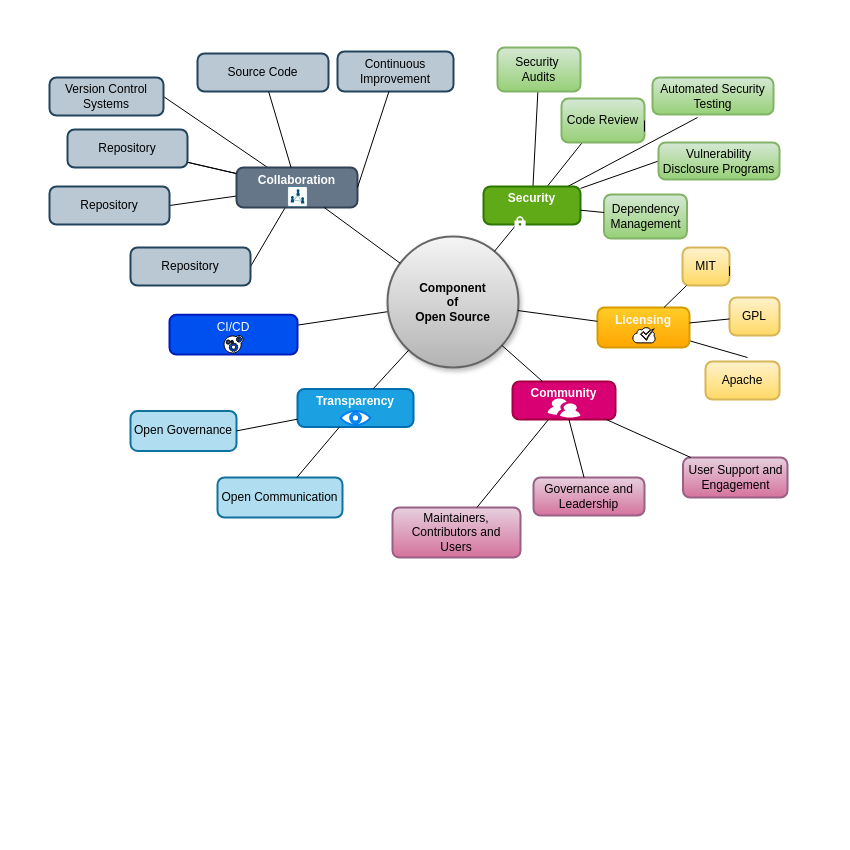
Above: Untitled Diagram.drawio in nkemregina/Open-Source-OSPO-Diagrams (draw.io), before the change. Source tidied: cells renumbered, new cells numbered last; positions are measured from the earlier drawing's top-left corner, leaving out a move shared by most shapes. Both pictures are drawn from the tidied source at 100%, with x=0, y=0 at pixel (49, 47).
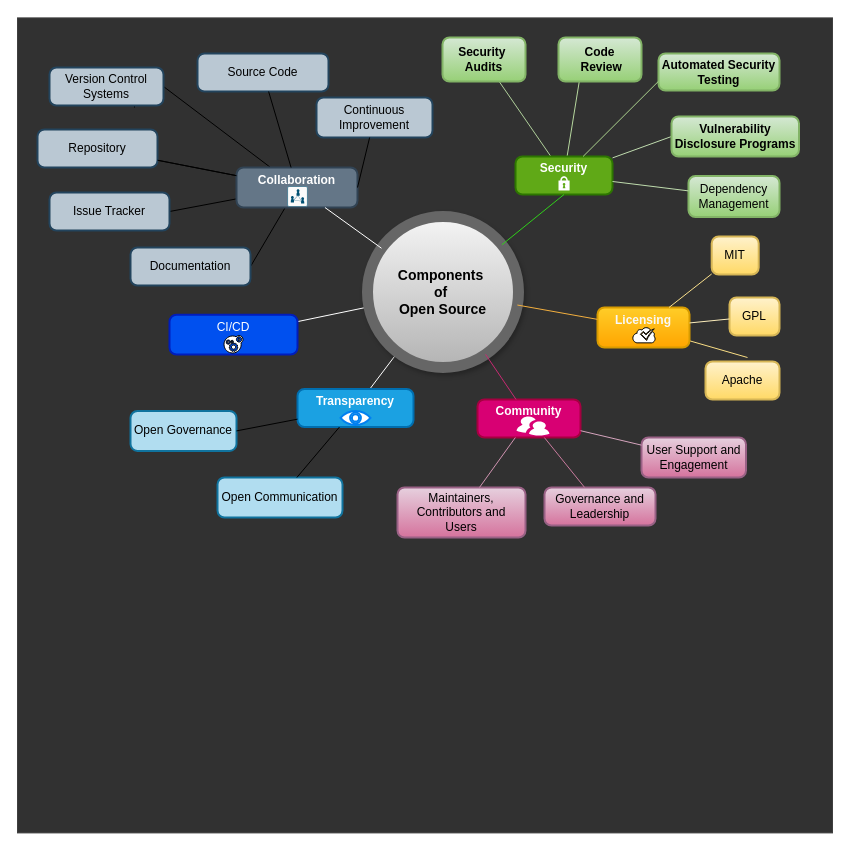
The same diagram, later.

Unchanged cells that the change refers to:
```xml
<mxCell id="5" value="Licensing&#10;" style="rounded=1;absoluteArcSize=1;arcSize=14;whiteSpace=wrap;strokeWidth=2;fillColor=#ffcd28;strokeColor=#d79b00;labelBorderColor=none;gradientColor=#ffa500;fontColor=#f8f8f8;fontStyle=1;" parent="1" vertex="1">
  <mxGeometry x="548" y="260" width="92" height="40" as="geometry" />
</mxCell>
<mxCell id="6" value="GPL" style="rounded=1;absoluteArcSize=1;arcSize=14;whiteSpace=wrap;strokeWidth=2;fillColor=#fff2cc;strokeColor=#d6b656;gradientColor=#ffd966;" parent="1" vertex="1">
  <mxGeometry x="680" y="250" width="50" height="38" as="geometry" />
</mxCell>
<mxCell id="13" value="Transparency&#10;" style="rounded=1;absoluteArcSize=1;arcSize=14;whiteSpace=wrap;strokeWidth=2;fillColor=#1ba1e2;fontColor=#ffffff;strokeColor=#006EAF;fontStyle=1;" parent="1" vertex="1">
  <mxGeometry x="248" y="341.5" width="116" height="38" as="geometry" />
</mxCell>
<mxCell id="20" value="Collaboration&#10;" style="rounded=1;absoluteArcSize=1;arcSize=14;whiteSpace=wrap;strokeWidth=2;fillColor=#647687;fontColor=#ffffff;strokeColor=#314354;fontStyle=1;" parent="1" vertex="1">
  <mxGeometry x="187" y="120" width="121" height="40" as="geometry" />
</mxCell>
<mxCell id="60" value="CI/CD&#10;" style="rounded=1;absoluteArcSize=1;arcSize=14;whiteSpace=wrap;strokeWidth=2;fillColor=#0050ef;fontColor=#ffffff;strokeColor=#001DBC;" parent="1" vertex="1">
  <mxGeometry x="120" y="267.2" width="128" height="39.9" as="geometry" />
</mxCell>
```

Change to the diagram source:
```diff
@@
+    <mxCell id="65" style="whiteSpace=wrap;html=1;fontFamily=Helvetica;fontSize=11;fontColor=default;labelBackgroundColor=default;strokeColor=#3f3f3f;fillColor=#313131;fontStyle=1;" parent="1" vertex="1">
+      <mxGeometry x="-32" y="-29.6" width="815" height="815" as="geometry" />
+    </mxCell>
-    <mxCell id="2" style="edgeStyle=none;shape=connector;rounded=1;jettySize=auto;html=1;strokeColor=default;align=center;verticalAlign=middle;fontFamily=Helvetica;fontSize=11;fontColor=default;labelBackgroundColor=default;endArrow=none;flowAnimation=1;" parent="1" edge="1" source="3" target="60">
+    <mxCell id="2" style="edgeStyle=none;shape=connector;rounded=1;jettySize=auto;html=1;strokeColor=#FFFFFF;align=center;verticalAlign=middle;fontFamily=Helvetica;fontSize=11;fontColor=default;labelBackgroundColor=default;endArrow=none;flowAnimation=1;" parent="1" edge="1" source="3" target="60">
       <mxGeometry relative="1" as="geometry" />
     </mxCell>
+    <mxCell id="34" style="edgeStyle=none;shape=connector;rounded=1;jettySize=auto;html=1;strokeColor=#FFFFFF;align=center;verticalAlign=middle;fontFamily=Helvetica;fontSize=11;fontColor=default;labelBackgroundColor=default;endArrow=none;flowAnimation=1;" parent="1" edge="1" source="3" target="13">
+      <mxGeometry relative="1" as="geometry" />
+    </mxCell>
-    <mxCell id="3" value="Component&#10; of &#10;Open Source" style="ellipse;strokeWidth=2;whiteSpace=wrap;fontStyle=1;fillColor=#f5f5f5;shadow=1;strokeColor=#666666;gradientColor=#b3b3b3;" parent="1" vertex="1">
-      <mxGeometry x="338" y="189" width="131" height="131" as="geometry" />
+    <mxCell id="3" value="Components&amp;nbsp;&lt;br&gt;of&amp;nbsp;&lt;br&gt;Open Source" style="ellipse;strokeWidth=11;whiteSpace=wrap;fontStyle=1;fillColor=#f5f5f5;shadow=1;strokeColor=#666666;gradientColor=#b3b3b3;fontSize=14;labelBorderColor=none;html=1;" parent="1" vertex="1">
+      <mxGeometry x="318" y="169" width="151" height="151" as="geometry" />
     </mxCell>
-    <mxCell id="4" style="edgeStyle=none;shape=connector;rounded=1;jettySize=auto;html=1;strokeColor=default;align=center;verticalAlign=middle;fontFamily=Helvetica;fontSize=11;fontColor=default;labelBackgroundColor=default;endArrow=none;flowAnimation=1;" parent="1" edge="1" source="5">
+    <mxCell id="4" style="edgeStyle=none;shape=connector;rounded=1;jettySize=auto;html=1;strokeColor=#f9dd84;align=center;verticalAlign=middle;fontFamily=Helvetica;fontSize=11;fontColor=default;labelBackgroundColor=default;endArrow=none;flowAnimation=1;" parent="1" edge="1" source="5">
       <mxGeometry relative="1" as="geometry">
         <mxPoint x="698" y="310" as="targetPoint" />
       </mxGeometry>
     </mxCell>
@@
     <mxCell id="7" value="MIT" style="rounded=1;absoluteArcSize=1;arcSize=14;whiteSpace=wrap;strokeWidth=2;fillColor=#fff2cc;strokeColor=#d6b656;gradientColor=#ffd966;" parent="1" vertex="1">
-      <mxGeometry x="633" y="200" width="47" height="38" as="geometry" />
+      <mxGeometry x="662.2" y="189" width="47" height="38" as="geometry" />
     </mxCell>
@@
     <mxCell id="9" value="Community&#10;" style="rounded=1;absoluteArcSize=1;arcSize=14;whiteSpace=wrap;strokeWidth=2;fillColor=#d80073;fontColor=#ffffff;strokeColor=#A50040;fontStyle=1;" parent="1" vertex="1">
-      <mxGeometry x="463" y="334" width="103" height="38" as="geometry" />
+      <mxGeometry x="428" y="352" width="103" height="38" as="geometry" />
     </mxCell>
     <mxCell id="10" value="Governance and Leadership" style="rounded=1;absoluteArcSize=1;arcSize=14;whiteSpace=wrap;strokeWidth=2;fillColor=#e6d0de;gradientColor=#d5739d;strokeColor=#996185;" parent="1" vertex="1">
-      <mxGeometry x="484" y="430" width="111" height="38" as="geometry" />
+      <mxGeometry x="495" y="440" width="111" height="38" as="geometry" />
     </mxCell>
     <mxCell id="11" value="User Support and Engagement" style="rounded=1;absoluteArcSize=1;arcSize=14;whiteSpace=wrap;strokeWidth=2;fillColor=#e6d0de;gradientColor=#d5739d;strokeColor=#996185;" parent="1" vertex="1">
-      <mxGeometry x="633.5" y="410" width="104.5" height="40" as="geometry" />
+      <mxGeometry x="592" y="390" width="104.5" height="40" as="geometry" />
     </mxCell>
     <mxCell id="12" value="Maintainers, Contributors and &#10;Users" style="rounded=1;absoluteArcSize=1;arcSize=14;whiteSpace=wrap;strokeWidth=2;fillColor=#e6d0de;strokeColor=#996185;gradientColor=#d5739d;" parent="1" vertex="1">
-      <mxGeometry x="343" y="460" width="128" height="50" as="geometry" />
+      <mxGeometry x="348" y="440" width="128" height="50" as="geometry" />
     </mxCell>
@@
     <mxCell id="22" value="Version Control Systems" style="rounded=1;absoluteArcSize=1;arcSize=14;whiteSpace=wrap;strokeWidth=2;fillColor=#bac8d3;strokeColor=#23445d;" parent="1" vertex="1">
-      <mxGeometry y="30" width="114" height="38" as="geometry" />
+      <mxGeometry y="20" width="114" height="38" as="geometry" />
     </mxCell>
@@
     <mxCell id="24" value="Repository" style="rounded=1;absoluteArcSize=1;arcSize=14;whiteSpace=wrap;strokeWidth=2;fillColor=#bac8d3;strokeColor=#23445d;" parent="1" vertex="1">
-      <mxGeometry x="18" y="82" width="120" height="38" as="geometry" />
+      <mxGeometry x="-12" y="82" width="120" height="38" as="geometry" />
     </mxCell>
-    <mxCell id="25" style="edgeStyle=none;shape=connector;rounded=1;jettySize=auto;html=1;strokeColor=default;align=center;verticalAlign=middle;fontFamily=Helvetica;fontSize=11;fontColor=default;labelBackgroundColor=default;endArrow=none;flowAnimation=1;" parent="1" edge="1" source="29" target="48">
+    <mxCell id="25" style="edgeStyle=none;shape=connector;rounded=1;jettySize=auto;html=1;strokeColor=#afcf9a;align=center;verticalAlign=middle;fontFamily=Helvetica;fontSize=11;fontColor=default;labelBackgroundColor=default;endArrow=none;flowAnimation=1;" parent="1" edge="1" source="29" target="48">
       <mxGeometry relative="1" as="geometry" />
     </mxCell>
-    <mxCell id="26" style="edgeStyle=none;shape=connector;rounded=1;jettySize=auto;html=1;entryX=0.25;entryY=1;entryDx=0;entryDy=0;strokeColor=default;align=center;verticalAlign=middle;fontFamily=Helvetica;fontSize=11;fontColor=default;labelBackgroundColor=default;endArrow=none;flowAnimation=1;" parent="1" edge="1" source="29" target="49">
+    <mxCell id="26" style="edgeStyle=none;shape=connector;rounded=1;jettySize=auto;html=1;entryX=0.25;entryY=1;entryDx=0;entryDy=0;strokeColor=#b6d79e;align=center;verticalAlign=middle;fontFamily=Helvetica;fontSize=11;fontColor=default;labelBackgroundColor=default;endArrow=none;flowAnimation=1;" parent="1" edge="1" source="29" target="49">
       <mxGeometry relative="1" as="geometry" />
     </mxCell>
-    <mxCell id="27" style="edgeStyle=none;shape=connector;rounded=1;jettySize=auto;html=1;entryX=0;entryY=0.5;entryDx=0;entryDy=0;strokeColor=default;align=center;verticalAlign=middle;fontFamily=Helvetica;fontSize=11;fontColor=default;labelBackgroundColor=default;endArrow=none;flowAnimation=1;" parent="1" edge="1" source="29" target="51">
+    <mxCell id="27" style="edgeStyle=none;shape=connector;rounded=1;jettySize=auto;html=1;entryX=0;entryY=0.5;entryDx=0;entryDy=0;strokeColor=#c0dcaf;align=center;verticalAlign=middle;fontFamily=Helvetica;fontSize=11;fontColor=default;labelBackgroundColor=default;endArrow=none;flowAnimation=1;" parent="1" edge="1" source="29" target="51">
       <mxGeometry relative="1" as="geometry" />
     </mxCell>
-    <mxCell id="28" style="edgeStyle=none;shape=connector;rounded=1;jettySize=auto;html=1;strokeColor=default;align=center;verticalAlign=middle;fontFamily=Helvetica;fontSize=11;fontColor=default;labelBackgroundColor=default;endArrow=none;flowAnimation=1;" parent="1" edge="1" source="29">
-      <mxGeometry relative="1" as="geometry">
-        <mxPoint x="648" y="70" as="targetPoint" />
-      </mxGeometry>
-    </mxCell>
     <mxCell id="29" value="Security&#10;" style="rounded=1;absoluteArcSize=1;arcSize=14;whiteSpace=wrap;strokeWidth=2;fontStyle=1;fillColor=#60a917;strokeColor=#2D7600;fontColor=#ffffff;" parent="1" vertex="1">
-      <mxGeometry x="434" y="139" width="97" height="38" as="geometry" />
+      <mxGeometry x="466" y="109" width="97" height="38" as="geometry" />
     </mxCell>
     <mxCell id="30" value="Continuous Improvement" style="rounded=1;absoluteArcSize=1;arcSize=14;whiteSpace=wrap;strokeWidth=2;fillColor=#bac8d3;strokeColor=#23445d;" parent="1" vertex="1">
-      <mxGeometry x="288" y="4" width="116" height="40" as="geometry" />
+      <mxGeometry x="267" y="50" width="116" height="40" as="geometry" />
     </mxCell>
     <mxCell id="31" value="Dependency Management" style="rounded=1;absoluteArcSize=1;arcSize=14;whiteSpace=wrap;strokeWidth=2;fillColor=#d5e8d4;strokeColor=#82b366;gradientColor=#97d077;" parent="1" vertex="1">
-      <mxGeometry x="554.5" y="147" width="83" height="44" as="geometry" />
+      <mxGeometry x="639" y="128.5" width="91" height="41" as="geometry" />
     </mxCell>
-    <mxCell id="32" style="endArrow=none;flowAnimation=1;" parent="1" edge="1" source="3" target="5">
+    <mxCell id="32" style="endArrow=none;flowAnimation=1;rounded=1;align=center;verticalAlign=middle;fontFamily=Helvetica;fontSize=11;fontColor=default;labelBackgroundColor=default;strokeColor=#f3af3e;" parent="1" edge="1" source="3" target="5">
       <mxGeometry relative="1" as="geometry" />
     </mxCell>
-    <mxCell id="33" style="endArrow=none;flowAnimation=1;fontStyle=1;" parent="1" edge="1" source="3" target="9">
+    <mxCell id="33" style="endArrow=none;flowAnimation=1;fontStyle=1;strokeColor=#c62a72;" parent="1" edge="1" source="3" target="9">
       <mxGeometry relative="1" as="geometry" />
     </mxCell>
-    <mxCell id="34" style="endArrow=none;rounded=1;strokeColor=default;align=center;verticalAlign=middle;fontFamily=Helvetica;fontSize=11;fontColor=default;labelBackgroundColor=default;flowAnimation=1;" parent="1" edge="1" source="3" target="13">
-      <mxGeometry relative="1" as="geometry" />
-    </mxCell>
-    <mxCell id="35" style="endArrow=none;flowAnimation=1;" parent="1" edge="1" source="3" target="20">
+    <mxCell id="35" style="endArrow=none;flowAnimation=1;strokeColor=#FFFFFF;" parent="1" edge="1" source="3" target="20">
       <mxGeometry relative="1" as="geometry" />
     </mxCell>
-    <mxCell id="36" style="endArrow=none;rounded=1;strokeColor=default;align=center;verticalAlign=middle;fontFamily=Helvetica;fontSize=11;fontColor=default;labelBackgroundColor=default;flowAnimation=1;" parent="1" edge="1" source="3" target="29">
+    <mxCell id="36" style="endArrow=none;rounded=1;strokeColor=#30d01a;align=center;verticalAlign=middle;fontFamily=Helvetica;fontSize=11;fontColor=default;labelBackgroundColor=default;flowAnimation=1;entryX=0.5;entryY=1;entryDx=0;entryDy=0;" parent="1" edge="1" source="3" target="29">
       <mxGeometry relative="1" as="geometry" />
     </mxCell>
-    <mxCell id="37" style="endArrow=none;rounded=1;strokeColor=default;align=center;verticalAlign=middle;fontFamily=Helvetica;fontSize=11;fontColor=default;labelBackgroundColor=default;flowAnimation=1;" parent="1" edge="1" source="5" target="6">
+    <mxCell id="37" style="endArrow=none;rounded=1;strokeColor=#fcedbb;align=center;verticalAlign=middle;fontFamily=Helvetica;fontSize=11;fontColor=default;labelBackgroundColor=default;flowAnimation=1;" parent="1" edge="1" source="5" target="6">
       <mxGeometry relative="1" as="geometry" />
     </mxCell>
-    <mxCell id="38" style="endArrow=none;rounded=1;strokeColor=default;align=center;verticalAlign=middle;fontFamily=Helvetica;fontSize=11;fontColor=default;labelBackgroundColor=default;flowAnimation=1;" parent="1" edge="1" source="5" target="7">
+    <mxCell id="38" style="endArrow=none;rounded=1;strokeColor=#fae08c;align=center;verticalAlign=middle;fontFamily=Helvetica;fontSize=11;fontColor=default;labelBackgroundColor=default;flowAnimation=1;" parent="1" edge="1" source="5" target="7">
       <mxGeometry relative="1" as="geometry" />
     </mxCell>
-    <mxCell id="39" style="endArrow=none;flowAnimation=1;" parent="1" edge="1" source="9" target="10">
+    <mxCell id="39" style="endArrow=none;flowAnimation=1;strokeColor=#c97b9e;" parent="1" edge="1" source="9" target="10">
       <mxGeometry relative="1" as="geometry" />
     </mxCell>
-    <mxCell id="40" style="endArrow=none;flowAnimation=1;" parent="1" edge="1" source="9" target="11">
+    <mxCell id="40" style="endArrow=none;flowAnimation=1;strokeColor=#d5a4bd;" parent="1" edge="1" source="9" target="11">
       <mxGeometry relative="1" as="geometry" />
     </mxCell>
-    <mxCell id="41" style="endArrow=none;flowAnimation=1;" parent="1" edge="1" source="9" target="12">
+    <mxCell id="41" style="endArrow=none;flowAnimation=1;strokeColor=#cf93b0;" parent="1" edge="1" source="9" target="12">
       <mxGeometry relative="1" as="geometry" />
     </mxCell>
@@
-    <mxCell id="47" style="endArrow=none;rounded=1;strokeColor=default;align=center;verticalAlign=middle;fontFamily=Helvetica;fontSize=11;fontColor=default;labelBackgroundColor=default;flowAnimation=1;" parent="1" edge="1" source="29" target="31">
+    <mxCell id="47" style="endArrow=none;rounded=1;strokeColor=#bfdcad;align=center;verticalAlign=middle;fontFamily=Helvetica;fontSize=11;fontColor=default;labelBackgroundColor=default;flowAnimation=1;" parent="1" edge="1" source="29" target="31">
       <mxGeometry relative="1" as="geometry" />
     </mxCell>
-    <mxCell id="48" value="Security &#10;Audits" style="rounded=1;absoluteArcSize=1;arcSize=14;whiteSpace=wrap;strokeWidth=2;fillColor=#d5e8d4;strokeColor=#82b366;gradientColor=#97d077;" parent="1" vertex="1">
-      <mxGeometry x="448" width="83" height="44" as="geometry" />
+    <mxCell id="48" value="Security &#10;Audits" style="rounded=1;absoluteArcSize=1;arcSize=14;whiteSpace=wrap;strokeWidth=2;fillColor=#d5e8d4;strokeColor=#82b366;gradientColor=#97d077;fontStyle=1;" parent="1" vertex="1">
+      <mxGeometry x="393" y="-10" width="83" height="44" as="geometry" />
     </mxCell>
-    <mxCell id="49" value="Code Review" style="rounded=1;absoluteArcSize=1;arcSize=14;whiteSpace=wrap;strokeWidth=2;fillColor=#d5e8d4;strokeColor=#82b366;gradientColor=#97d077;" parent="1" vertex="1">
-      <mxGeometry x="512" y="51" width="83" height="44" as="geometry" />
+    <mxCell id="49" value="Code&#10; Review" style="rounded=1;absoluteArcSize=1;arcSize=14;whiteSpace=wrap;strokeWidth=2;fillColor=#d5e8d4;strokeColor=#82b366;gradientColor=#97d077;fontStyle=1;" parent="1" vertex="1">
+      <mxGeometry x="509" y="-10" width="83" height="44" as="geometry" />
     </mxCell>
-    <mxCell id="50" style="edgeStyle=none;shape=connector;rounded=1;orthogonalLoop=1;jettySize=auto;html=1;exitX=1;exitY=0.5;exitDx=0;exitDy=0;entryX=1;entryY=0.75;entryDx=0;entryDy=0;strokeColor=default;align=center;verticalAlign=middle;fontFamily=Helvetica;fontSize=11;fontColor=default;labelBackgroundColor=default;endArrow=none;flowAnimation=1;" parent="1" edge="1" source="49" target="49">
-      <mxGeometry relative="1" as="geometry" />
-    </mxCell>
-    <mxCell id="51" value="Vulnerability Disclosure Programs" style="rounded=1;absoluteArcSize=1;arcSize=14;whiteSpace=wrap;strokeWidth=2;fillColor=#d5e8d4;strokeColor=#82b366;gradientColor=#97d077;" parent="1" vertex="1">
-      <mxGeometry x="609" y="95" width="121" height="37" as="geometry" />
+    <mxCell id="51" value="Vulnerability Disclosure Programs" style="rounded=1;absoluteArcSize=1;arcSize=14;whiteSpace=wrap;strokeWidth=2;fillColor=#d5e8d4;strokeColor=#82b366;gradientColor=#97d077;fontStyle=1;" parent="1" vertex="1">
+      <mxGeometry x="622" y="69" width="127.5" height="40" as="geometry" />
     </mxCell>
-    <mxCell id="52" value="Automated Security Testing" style="rounded=1;absoluteArcSize=1;arcSize=14;whiteSpace=wrap;strokeWidth=2;fillColor=#d5e8d4;strokeColor=#82b366;gradientColor=#97d077;" parent="1" vertex="1">
-      <mxGeometry x="603" y="30" width="121" height="37" as="geometry" />
+    <mxCell id="52" value="Automated Security Testing" style="rounded=1;absoluteArcSize=1;arcSize=14;whiteSpace=wrap;strokeWidth=2;fillColor=#d5e8d4;strokeColor=#82b366;gradientColor=#97d077;fontStyle=1;" parent="1" vertex="1">
+      <mxGeometry x="609" y="6" width="121" height="37" as="geometry" />
     </mxCell>
-    <mxCell id="53" style="edgeStyle=none;shape=connector;rounded=1;orthogonalLoop=1;jettySize=auto;html=1;exitX=1;exitY=0.5;exitDx=0;exitDy=0;entryX=1;entryY=0.75;entryDx=0;entryDy=0;strokeColor=default;align=center;verticalAlign=middle;fontFamily=Helvetica;fontSize=11;fontColor=default;labelBackgroundColor=default;endArrow=none;flowAnimation=1;" parent="1" edge="1" source="7" target="7">
-      <mxGeometry relative="1" as="geometry" />
-    </mxCell>
     <mxCell id="54" style="sketch=0;html=1;strokeColor=none;shadow=0;fillColor=#FFFFFF;verticalAlign=top;labelPosition=center;verticalLabelPosition=bottom;shape=mxgraph.gcp2.lock;fontFamily=Helvetica;fontSize=11;fontColor=default;labelBackgroundColor=default;" parent="1" vertex="1">
-      <mxGeometry x="465" y="168.7" width="11.1" height="14.3" as="geometry" />
+      <mxGeometry x="509" y="128.7" width="11.1" height="14.3" as="geometry" />
     </mxCell>
@@
     <mxCell id="56" style="verticalLabelPosition=bottom;sketch=0;html=1;fillColor=#FFFFFF;strokeColor=none;verticalAlign=top;align=center;shape=mxgraph.cisco_safe.people_places_things_icons.icon9;fontFamily=Helvetica;fontSize=11;fontColor=default;labelBackgroundColor=default;" parent="1" vertex="1">
-      <mxGeometry x="498" y="351" width="33" height="19" as="geometry" />
+      <mxGeometry x="467" y="369" width="33" height="19" as="geometry" />
     </mxCell>
@@
-    <mxCell id="58" style="edgeStyle=none;shape=connector;rounded=1;orthogonalLoop=1;jettySize=auto;html=1;exitX=1;exitY=0.5;exitDx=0;exitDy=0;entryX=1;entryY=0.75;entryDx=0;entryDy=0;strokeColor=default;align=center;verticalAlign=middle;fontFamily=Helvetica;fontSize=11;fontColor=default;labelBackgroundColor=default;endArrow=none;flowAnimation=1;" parent="1" edge="1" source="7" target="7">
-      <mxGeometry relative="1" as="geometry" />
-    </mxCell>
@@
-    <mxCell id="63" value="Repository" style="rounded=1;absoluteArcSize=1;arcSize=14;whiteSpace=wrap;strokeWidth=2;fillColor=#bac8d3;strokeColor=#23445d;" parent="1" vertex="1">
-      <mxGeometry y="139" width="120" height="38" as="geometry" />
+    <mxCell id="63" value="Issue Tracker" style="rounded=1;absoluteArcSize=1;arcSize=14;whiteSpace=wrap;strokeWidth=2;fillColor=#bac8d3;strokeColor=#23445d;" parent="1" vertex="1">
+      <mxGeometry y="145" width="120" height="38" as="geometry" />
     </mxCell>
-    <mxCell id="64" value="Repository" style="rounded=1;absoluteArcSize=1;arcSize=14;whiteSpace=wrap;strokeWidth=2;fillColor=#bac8d3;strokeColor=#23445d;" parent="1" vertex="1">
+    <mxCell id="64" value="Documentation" style="rounded=1;absoluteArcSize=1;arcSize=14;whiteSpace=wrap;strokeWidth=2;fillColor=#bac8d3;strokeColor=#23445d;" parent="1" vertex="1">
       <mxGeometry x="81" y="200" width="120" height="38" as="geometry" />
     </mxCell>
+    <mxCell id="66" style="edgeStyle=none;shape=connector;rounded=1;jettySize=auto;html=1;entryX=0;entryY=0.75;entryDx=0;entryDy=0;strokeColor=#acd38f;align=center;verticalAlign=middle;fontFamily=Helvetica;fontSize=11;fontColor=default;labelBackgroundColor=default;endArrow=none;flowAnimation=1;" parent="1" edge="1" source="29" target="52">
+      <mxGeometry relative="1" as="geometry" />
+    </mxCell>
+    <mxCell id="67" style="edgeStyle=none;shape=connector;rounded=1;orthogonalLoop=1;jettySize=auto;html=1;exitX=1;exitY=1;exitDx=0;exitDy=0;strokeColor=#FFFFFF;align=center;verticalAlign=middle;fontFamily=Helvetica;fontSize=11;fontColor=default;labelBackgroundColor=default;endArrow=none;flowAnimation=1;" parent="1" edge="1" source="3" target="3">
+      <mxGeometry relative="1" as="geometry" />
+    </mxCell>
```
